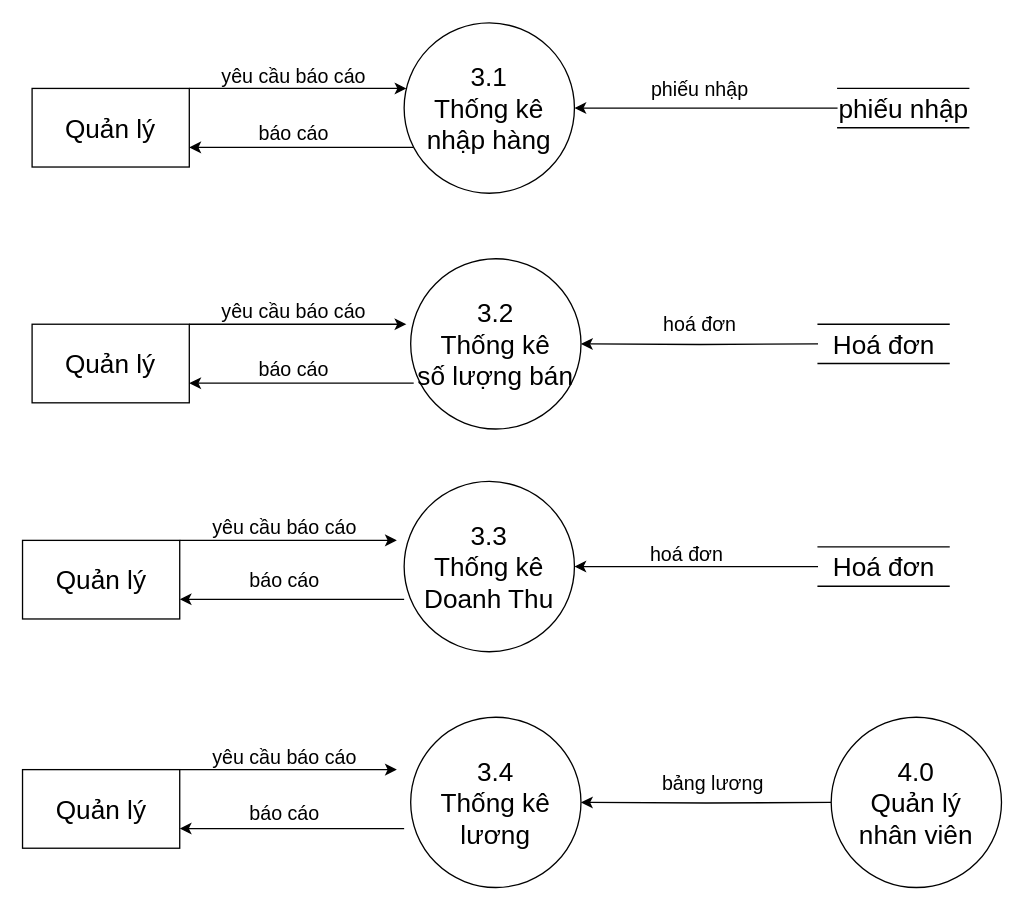
Before: Documents/DFD muc 0,1 cnpm/thong ke.drawio in boopanda1998/Cong_nghe_phan_mem, a draw.io diagram. Source tidied: cells renumbered, new cells numbered last; positions are measured from the earlier drawing's top-left corner, leaving out a move shared by most shapes. Both pictures are drawn from the tidied source at 131%, with x=0, y=0 at pixel (22, 22).
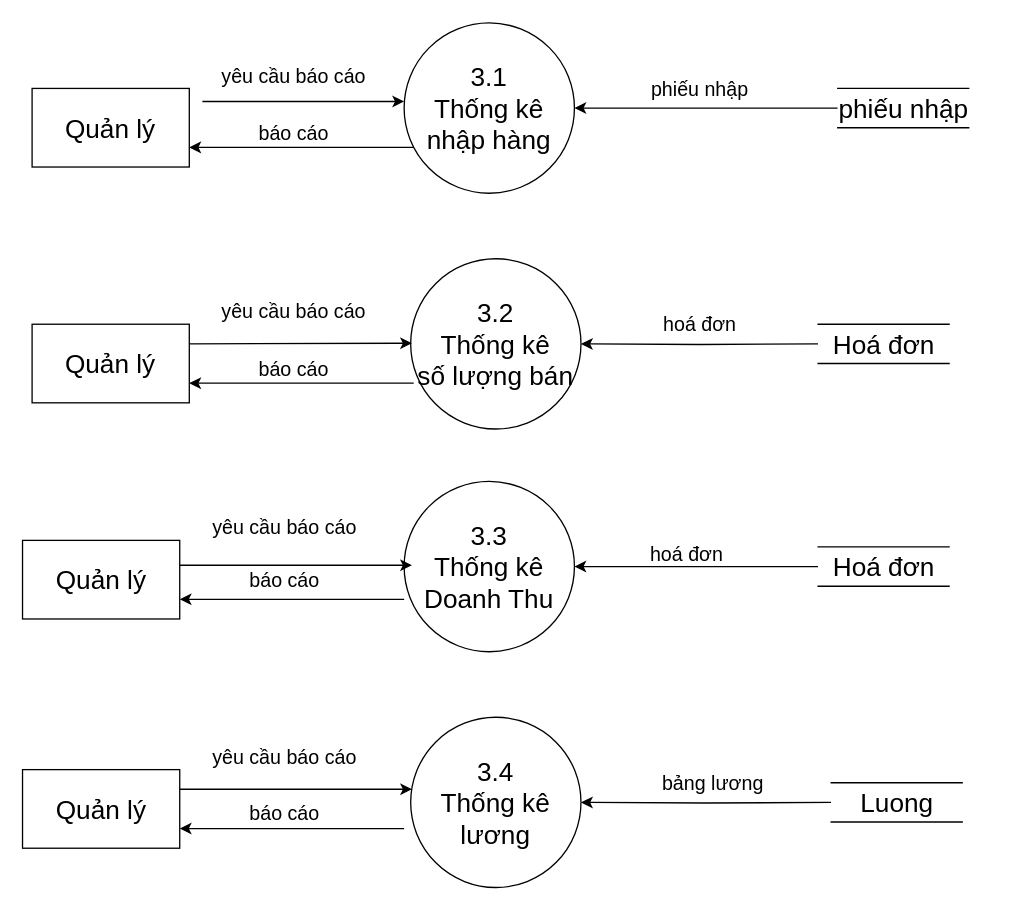
After the change.

The change refers to these unchanged cells:
```xml
<mxCell id="3" value="&lt;font style=&quot;font-size: 20px&quot;&gt;Quản lý&lt;/font&gt;" style="rounded=0;whiteSpace=wrap;html=1;" parent="1" vertex="1">
  <mxGeometry x="7" y="50" width="120" height="60" as="geometry" />
</mxCell>
<mxCell id="5" value="&lt;font style=&quot;font-size: 20px&quot;&gt;3.1&lt;br&gt;Thống kê&lt;br&gt;nhập hàng&lt;br&gt;&lt;/font&gt;" style="ellipse;whiteSpace=wrap;html=1;" parent="1" vertex="1">
  <mxGeometry x="291" width="130" height="130" as="geometry" />
</mxCell>
<mxCell id="8" value="&lt;font&gt;&lt;span style=&quot;font-size: 20px&quot;&gt;3.4&lt;/span&gt;&lt;br&gt;&lt;span style=&quot;font-size: 20px&quot;&gt;Thống kê&lt;/span&gt;&lt;br&gt;&lt;span style=&quot;font-size: 20px&quot;&gt;lương&lt;/span&gt;&lt;br&gt;&lt;/font&gt;" style="ellipse;whiteSpace=wrap;html=1;" parent="1" vertex="1">
  <mxGeometry x="296" y="530" width="130" height="130" as="geometry" />
</mxCell>
<mxCell id="17" value="&lt;font style=&quot;font-size: 20px&quot;&gt;Quản lý&lt;/font&gt;" style="rounded=0;whiteSpace=wrap;html=1;" parent="1" vertex="1">
  <mxGeometry x="7" y="230" width="120" height="60" as="geometry" />
</mxCell>
<mxCell id="22" value="&lt;font style=&quot;font-size: 20px&quot;&gt;Quản lý&lt;/font&gt;" style="rounded=0;whiteSpace=wrap;html=1;" parent="1" vertex="1">
  <mxGeometry x="-0.3" y="395" width="120" height="60" as="geometry" />
</mxCell>
<mxCell id="27" value="&lt;font style=&quot;font-size: 20px&quot;&gt;Quản lý&lt;/font&gt;" style="rounded=0;whiteSpace=wrap;html=1;" parent="1" vertex="1">
  <mxGeometry x="-0.3" y="570" width="120" height="60" as="geometry" />
</mxCell>
```

Diff of the diagram source:
```diff
@@
-    <mxCell id="2" style="edgeStyle=orthogonalEdgeStyle;rounded=0;jettySize=auto;html=1;" parent="1" edge="1" source="3" target="5">
-      <mxGeometry relative="1" as="geometry">
-        <Array as="points">
-          <mxPoint x="257" y="50" />
-          <mxPoint x="257" y="50" />
-        </Array>
-      </mxGeometry>
-    </mxCell>
@@
-    <mxCell id="18" style="edgeStyle=orthogonalEdgeStyle;rounded=0;jettySize=auto;html=1;" parent="1" edge="1" source="17">
-      <mxGeometry relative="1" as="geometry">
-        <mxPoint x="292.7" y="230" as="targetPoint" />
-        <Array as="points">
-          <mxPoint x="257" y="230" />
-          <mxPoint x="257" y="230" />
-        </Array>
-      </mxGeometry>
-    </mxCell>
@@
-    <mxCell id="23" style="edgeStyle=orthogonalEdgeStyle;rounded=0;jettySize=auto;html=1;" parent="1" edge="1" source="22">
-      <mxGeometry relative="1" as="geometry">
-        <mxPoint x="285.4" y="395" as="targetPoint" />
-        <Array as="points">
-          <mxPoint x="249.7" y="395" />
-          <mxPoint x="249.7" y="395" />
-        </Array>
-      </mxGeometry>
-    </mxCell>
@@
+    <mxCell id="38" style="edgeStyle=orthogonalEdgeStyle;rounded=0;jettySize=auto;html=1;exitX=1;exitY=0.25;exitDx=0;exitDy=0;entryX=0.008;entryY=0.423;entryDx=0;entryDy=0;entryPerimeter=0;" parent="1" edge="1" source="27" target="8">
+      <mxGeometry relative="1" as="geometry" />
+    </mxCell>
@@
-    <mxCell id="28" style="edgeStyle=orthogonalEdgeStyle;rounded=0;jettySize=auto;html=1;" parent="1" edge="1" source="27">
-      <mxGeometry relative="1" as="geometry">
-        <mxPoint x="285.4" y="570" as="targetPoint" />
-        <Array as="points">
-          <mxPoint x="249.7" y="570" />
-          <mxPoint x="249.7" y="570" />
-        </Array>
-      </mxGeometry>
-    </mxCell>
@@
-    <mxCell id="33" value="&lt;font&gt;&lt;span style=&quot;font-size: 20px&quot;&gt;4.0 &lt;br&gt;Quản lý&lt;br&gt;nhân viên&lt;/span&gt;&lt;br&gt;&lt;/font&gt;" style="ellipse;whiteSpace=wrap;html=1;" parent="1" vertex="1">
-      <mxGeometry x="617" y="530" width="130" height="130" as="geometry" />
-    </mxCell>
@@
+    <mxCell id="39" value="&lt;span style=&quot;font-size: 20px&quot;&gt;Luong&lt;/span&gt;" style="html=1;dashed=0;whitespace=wrap;shape=partialRectangle;right=0;left=0;" parent="1" vertex="1">
+      <mxGeometry x="617" y="580" width="100" height="30" as="geometry" />
+    </mxCell>
+    <mxCell id="40" style="edgeStyle=orthogonalEdgeStyle;rounded=0;orthogonalLoop=1;jettySize=auto;html=1;exitX=1;exitY=0.25;exitDx=0;exitDy=0;entryX=0.008;entryY=0.423;entryDx=0;entryDy=0;entryPerimeter=0;" parent="1" edge="1">
+      <mxGeometry relative="1" as="geometry">
+        <mxPoint x="119.7" y="414" as="sourcePoint" />
+        <mxPoint x="297" y="414" as="targetPoint" />
+      </mxGeometry>
+    </mxCell>
+    <mxCell id="41" style="edgeStyle=orthogonalEdgeStyle;rounded=0;jettySize=auto;html=1;entryX=0.008;entryY=0.423;entryDx=0;entryDy=0;entryPerimeter=0;exitX=1;exitY=0.25;exitDx=0;exitDy=0;" parent="1" edge="1" source="17">
+      <mxGeometry relative="1" as="geometry">
+        <mxPoint x="297" y="244.5" as="targetPoint" />
+      </mxGeometry>
+    </mxCell>
+    <mxCell id="42" style="edgeStyle=orthogonalEdgeStyle;rounded=0;orthogonalLoop=1;jettySize=auto;html=1;entryX=0.008;entryY=0.423;entryDx=0;entryDy=0;entryPerimeter=0;" parent="1" edge="1">
+      <mxGeometry relative="1" as="geometry">
+        <mxPoint x="137" y="60" as="sourcePoint" />
+        <mxPoint x="291" y="60" as="targetPoint" />
+      </mxGeometry>
+    </mxCell>
```
